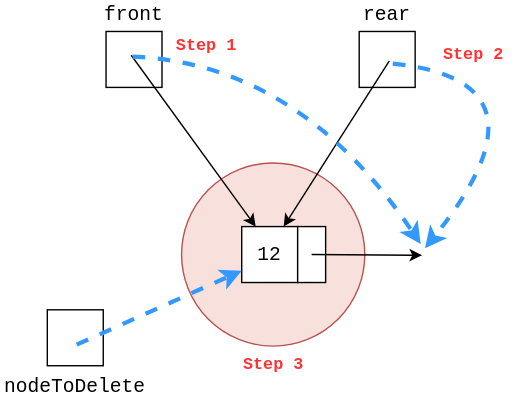
datkumar/code-journal keeps this draw.io diagram as public/diagrams/queue-ll-deque-single-element.svg. Above is the earlier version. Source tidied: cells renumbered, new cells last; positions are measured from the earlier drawing's top-left corner, leaving out a move shared by most shapes.
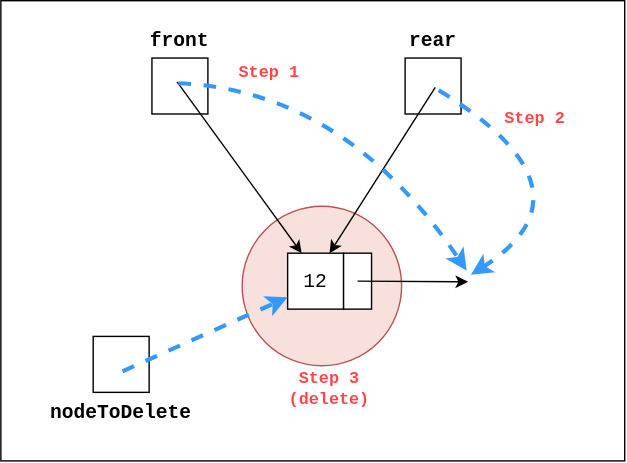
After the commit.

Change to the diagram source:
```diff
@@ -2,56 +2,59 @@
   <root>
     <mxCell id="0" />
     <mxCell id="1" parent="0" />
+    <mxCell id="22" style="rounded=0;whiteSpace=wrap;html=1;fillColor=light-dark(#FFFFFF,#FFFFFF);fontColor=light-dark(#000000,#000000);" parent="1" vertex="1">
+      <mxGeometry x="-33" y="-19" width="446" height="329" as="geometry" />
+    </mxCell>
-    <mxCell id="2" style="ellipse;whiteSpace=wrap;html=1;fillColor=#F8E1DD;strokeColor=#b85450;fontFamily=Courier New;" parent="1" vertex="1">
-      <mxGeometry x="129" y="116" width="131" height="131" as="geometry" />
+    <mxCell id="2" style="ellipse;whiteSpace=wrap;html=1;fillColor=#F8E1DD;strokeColor=#b85450;fontFamily=monospace;fontColor=light-dark(#000000,#000000);" parent="1" vertex="1">
+      <mxGeometry x="139.5" y="128" width="114" height="114" as="geometry" />
     </mxCell>
-    <mxCell id="3" style="rounded=0;whiteSpace=wrap;html=1;fontFamily=Courier New;fontSize=14;" parent="1" vertex="1">
+    <mxCell id="3" style="rounded=0;whiteSpace=wrap;html=1;fontFamily=monospace;fontSize=14;fontColor=light-dark(#000000,#000000);" parent="1" vertex="1">
       <mxGeometry x="75" y="22" width="40" height="40" as="geometry" />
     </mxCell>
-    <mxCell id="4" value="front" style="text;html=1;align=center;verticalAlign=middle;whiteSpace=wrap;rounded=0;fontFamily=Courier New;fontSize=14;" parent="1" vertex="1">
+    <mxCell id="4" value="front" style="text;html=1;align=center;verticalAlign=middle;whiteSpace=wrap;rounded=0;fontFamily=monospace;fontSize=14;fontStyle=1;fontColor=light-dark(#000000,#000000);" parent="1" vertex="1">
       <mxGeometry x="75" width="40" height="20" as="geometry" />
     </mxCell>
-    <mxCell id="5" style="rounded=0;whiteSpace=wrap;html=1;fontFamily=Courier New;fontSize=14;" parent="1" vertex="1">
+    <mxCell id="5" style="rounded=0;whiteSpace=wrap;html=1;fontFamily=monospace;fontSize=14;fontColor=light-dark(#000000,#000000);" parent="1" vertex="1">
       <mxGeometry x="172" y="161.5" width="40" height="40" as="geometry" />
     </mxCell>
-    <mxCell id="6" style="rounded=0;whiteSpace=wrap;html=1;fontFamily=Courier New;" parent="1" vertex="1">
+    <mxCell id="6" style="rounded=0;whiteSpace=wrap;html=1;fontFamily=monospace;fontColor=light-dark(#000000,#000000);" parent="1" vertex="1">
       <mxGeometry x="212" y="161.5" width="20" height="40" as="geometry" />
     </mxCell>
-    <mxCell id="7" value="12" style="text;html=1;align=center;verticalAlign=middle;whiteSpace=wrap;rounded=0;fontSize=14;fontFamily=Courier New;" parent="1" vertex="1">
+    <mxCell id="7" value="12" style="text;html=1;align=center;verticalAlign=middle;whiteSpace=wrap;rounded=0;fontSize=14;fontFamily=monospace;fontColor=light-dark(#000000,#000000);" parent="1" vertex="1">
       <mxGeometry x="177" y="166.5" width="30" height="30" as="geometry" />
     </mxCell>
-    <mxCell id="8" style="endArrow=classic;html=1;rounded=0;fontFamily=Courier New;" parent="1" edge="1">
+    <mxCell id="8" style="endArrow=classic;html=1;rounded=0;fontFamily=monospace;fontColor=light-dark(#000000,#000000);" parent="1" edge="1">
       <mxGeometry relative="1" as="geometry">
         <mxPoint x="222" y="181.5" as="sourcePoint" />
         <mxPoint x="301" y="182" as="targetPoint" />
       </mxGeometry>
     </mxCell>
-    <mxCell id="9" value="Step 2" style="text;html=1;align=center;verticalAlign=middle;whiteSpace=wrap;rounded=0;rotation=0;fontStyle=1;fontFamily=Courier New;fontColor=#FF3333;" parent="1" vertex="1">
-      <mxGeometry x="308" y="25" width="60" height="28" as="geometry" />
+    <mxCell id="9" value="Step 2" style="text;html=1;align=center;verticalAlign=middle;whiteSpace=wrap;rounded=0;rotation=0;fontStyle=1;fontFamily=monospace;fontColor=light-dark(#FF4747,#FF4747);" parent="1" vertex="1">
+      <mxGeometry x="319" y="52" width="60" height="28" as="geometry" />
     </mxCell>
-    <mxCell id="10" value="&lt;font color=&quot;#ff3333&quot;&gt;Step 1&lt;/font&gt;" style="text;html=1;align=center;verticalAlign=middle;whiteSpace=wrap;rounded=0;rotation=0;fontStyle=1;fontFamily=Courier New;" parent="1" vertex="1">
-      <mxGeometry x="117" y="22" width="60" height="22" as="geometry" />
+    <mxCell id="10" value="&lt;font&gt;Step 1&lt;/font&gt;" style="text;html=1;align=center;verticalAlign=middle;whiteSpace=wrap;rounded=0;rotation=0;fontStyle=1;fontFamily=monospace;fontColor=light-dark(#FF4747,#FF4747);" parent="1" vertex="1">
+      <mxGeometry x="129" y="22" width="60" height="22" as="geometry" />
     </mxCell>
-    <mxCell id="11" style="rounded=0;whiteSpace=wrap;html=1;fontFamily=Courier New;fontSize=14;" parent="1" vertex="1">
+    <mxCell id="11" style="rounded=0;whiteSpace=wrap;html=1;fontFamily=monospace;fontSize=14;fontColor=light-dark(#000000,#000000);" parent="1" vertex="1">
       <mxGeometry x="256" y="22" width="40" height="40" as="geometry" />
     </mxCell>
-    <mxCell id="12" value="rear" style="text;html=1;align=center;verticalAlign=middle;whiteSpace=wrap;rounded=0;fontFamily=Courier New;fontSize=14;" parent="1" vertex="1">
+    <mxCell id="12" value="rear" style="text;html=1;align=center;verticalAlign=middle;whiteSpace=wrap;rounded=0;fontFamily=monospace;fontSize=14;fontStyle=1;fontColor=light-dark(#000000,#000000);" parent="1" vertex="1">
       <mxGeometry x="256" width="40" height="20" as="geometry" />
     </mxCell>
-    <mxCell id="13" style="endArrow=classic;html=1;rounded=0;entryX=0.25;entryY=0;entryDx=0;entryDy=0;" parent="1" edge="1" target="5">
+    <mxCell id="13" style="endArrow=classic;html=1;rounded=0;entryX=0.25;entryY=0;entryDx=0;entryDy=0;fontFamily=monospace;fontColor=light-dark(#000000,#000000);" parent="1" edge="1" target="5">
       <mxGeometry relative="1" as="geometry">
         <mxPoint x="93" y="39" as="sourcePoint" />
       </mxGeometry>
     </mxCell>
-    <mxCell id="14" style="endArrow=classic;html=1;rounded=0;entryX=0.75;entryY=0;entryDx=0;entryDy=0;" parent="1" edge="1" target="5">
+    <mxCell id="14" style="endArrow=classic;html=1;rounded=0;entryX=0.75;entryY=0;entryDx=0;entryDy=0;fontFamily=monospace;fontColor=light-dark(#000000,#000000);" parent="1" edge="1" target="5">
       <mxGeometry relative="1" as="geometry">
         <mxPoint x="277.6" y="43" as="sourcePoint" />
       </mxGeometry>
     </mxCell>
-    <mxCell id="15" style="rounded=0;whiteSpace=wrap;html=1;fontFamily=Courier New;fontSize=14;" parent="1" vertex="1">
+    <mxCell id="15" style="rounded=0;whiteSpace=wrap;html=1;fontFamily=monospace;fontSize=14;fontColor=light-dark(#000000,#000000);" parent="1" vertex="1">
       <mxGeometry x="33" y="221" width="40" height="40" as="geometry" />
     </mxCell>
-    <mxCell id="16" style="curved=1;endArrow=classic;html=1;rounded=0;dashed=1;strokeColor=#3399FF;strokeWidth=3;fontFamily=Courier New;" parent="1" edge="1">
+    <mxCell id="16" style="curved=1;endArrow=classic;html=1;rounded=0;dashed=1;strokeColor=#3399FF;strokeWidth=3;fontFamily=monospace;fontColor=light-dark(#000000,#000000);" parent="1" edge="1">
       <mxGeometry relative="1" as="geometry">
         <mxPoint x="94" y="40" as="sourcePoint" />
         <mxPoint x="300" y="174" as="targetPoint" />
@@ -60,26 +63,26 @@
         </Array>
       </mxGeometry>
     </mxCell>
-    <mxCell id="17" value="nodeToDelete" style="text;html=1;align=center;verticalAlign=middle;whiteSpace=wrap;rounded=0;fontFamily=Courier New;fontSize=14;" parent="1" vertex="1">
+    <mxCell id="17" value="nodeToDelete" style="text;html=1;align=center;verticalAlign=middle;whiteSpace=wrap;rounded=0;fontFamily=monospace;fontSize=14;fontStyle=1;fontColor=light-dark(#000000,#000000);" parent="1" vertex="1">
       <mxGeometry y="266" width="106" height="20" as="geometry" />
     </mxCell>
-    <mxCell id="18" style="endArrow=classic;html=1;rounded=0;strokeColor=#3399FF;strokeWidth=3;dashed=1;fontFamily=Courier New;entryX=0;entryY=0.788;entryDx=0;entryDy=0;entryPerimeter=0;" parent="1" edge="1" target="5">
+    <mxCell id="18" style="endArrow=classic;html=1;rounded=0;strokeColor=#3399FF;strokeWidth=3;dashed=1;fontFamily=monospace;entryX=0;entryY=0.788;entryDx=0;entryDy=0;entryPerimeter=0;fontColor=light-dark(#000000,#000000);" parent="1" edge="1" target="5">
       <mxGeometry relative="1" as="geometry">
         <mxPoint x="54" y="245.9" as="sourcePoint" />
       </mxGeometry>
     </mxCell>
-    <mxCell id="19" value="Step 3" style="text;html=1;align=center;verticalAlign=middle;whiteSpace=wrap;rounded=0;rotation=0;fontStyle=1;fontFamily=Courier New;fontColor=#FF3333;" parent="1" vertex="1">
-      <mxGeometry x="164.5" y="247" width="60" height="28" as="geometry" />
+    <mxCell id="19" value="Step 3&lt;div&gt;(delete&lt;span style=&quot;background-color: transparent;&quot;&gt;)&lt;/span&gt;&lt;/div&gt;" style="text;html=1;align=center;verticalAlign=middle;whiteSpace=wrap;rounded=0;rotation=0;fontStyle=1;fontFamily=monospace;fontColor=light-dark(#FF4747,#FF4747);" parent="1" vertex="1">
+      <mxGeometry x="172" y="245" width="60" height="28" as="geometry" />
     </mxCell>
-    <mxCell id="20" style="edgeStyle=orthogonalEdgeStyle;rounded=0;orthogonalLoop=1;jettySize=auto;html=1;exitX=0.5;exitY=1;exitDx=0;exitDy=0;" parent="1" edge="1" source="19" target="19">
+    <mxCell id="20" style="edgeStyle=orthogonalEdgeStyle;rounded=0;orthogonalLoop=1;jettySize=auto;html=1;exitX=0.5;exitY=1;exitDx=0;exitDy=0;fontFamily=monospace;fontColor=light-dark(#000000,#000000);" parent="1" edge="1" source="19" target="19">
       <mxGeometry relative="1" as="geometry" />
     </mxCell>
-    <mxCell id="21" style="curved=1;endArrow=classic;html=1;rounded=0;dashed=1;strokeColor=#3399FF;strokeWidth=3;fontFamily=Courier New;" parent="1" edge="1">
+    <mxCell id="21" style="curved=1;endArrow=classic;html=1;rounded=0;dashed=1;strokeColor=#3399FF;strokeWidth=3;fontFamily=monospace;fontColor=light-dark(#000000,#000000);" parent="1" edge="1">
       <mxGeometry relative="1" as="geometry">
         <mxPoint x="280" y="45" as="sourcePoint" />
         <mxPoint x="303" y="177" as="targetPoint" />
         <Array as="points">
-          <mxPoint x="400" y="57" />
+          <mxPoint x="397.2" y="116.6" />
         </Array>
       </mxGeometry>
     </mxCell>
```
